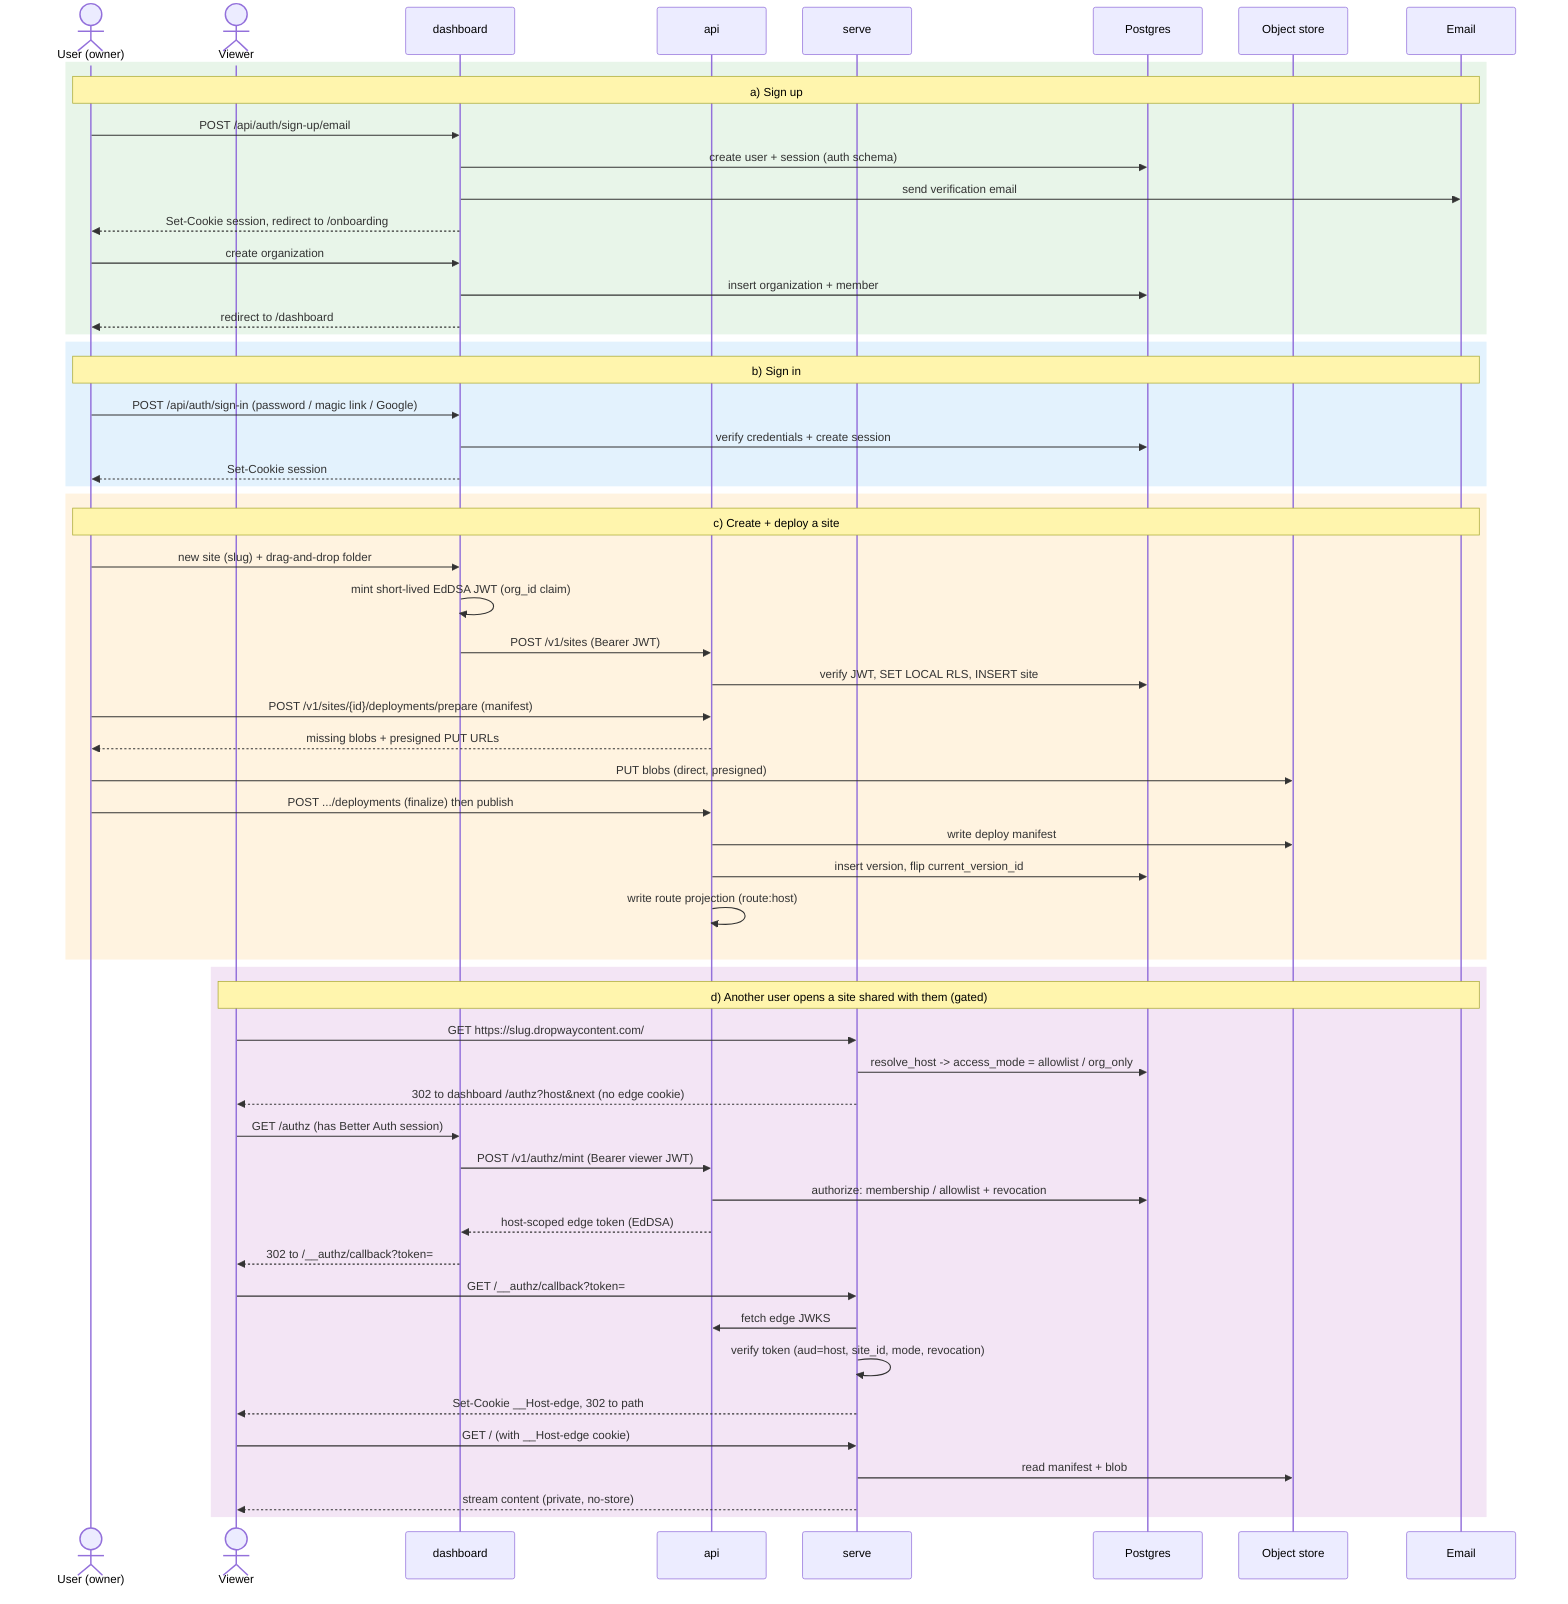
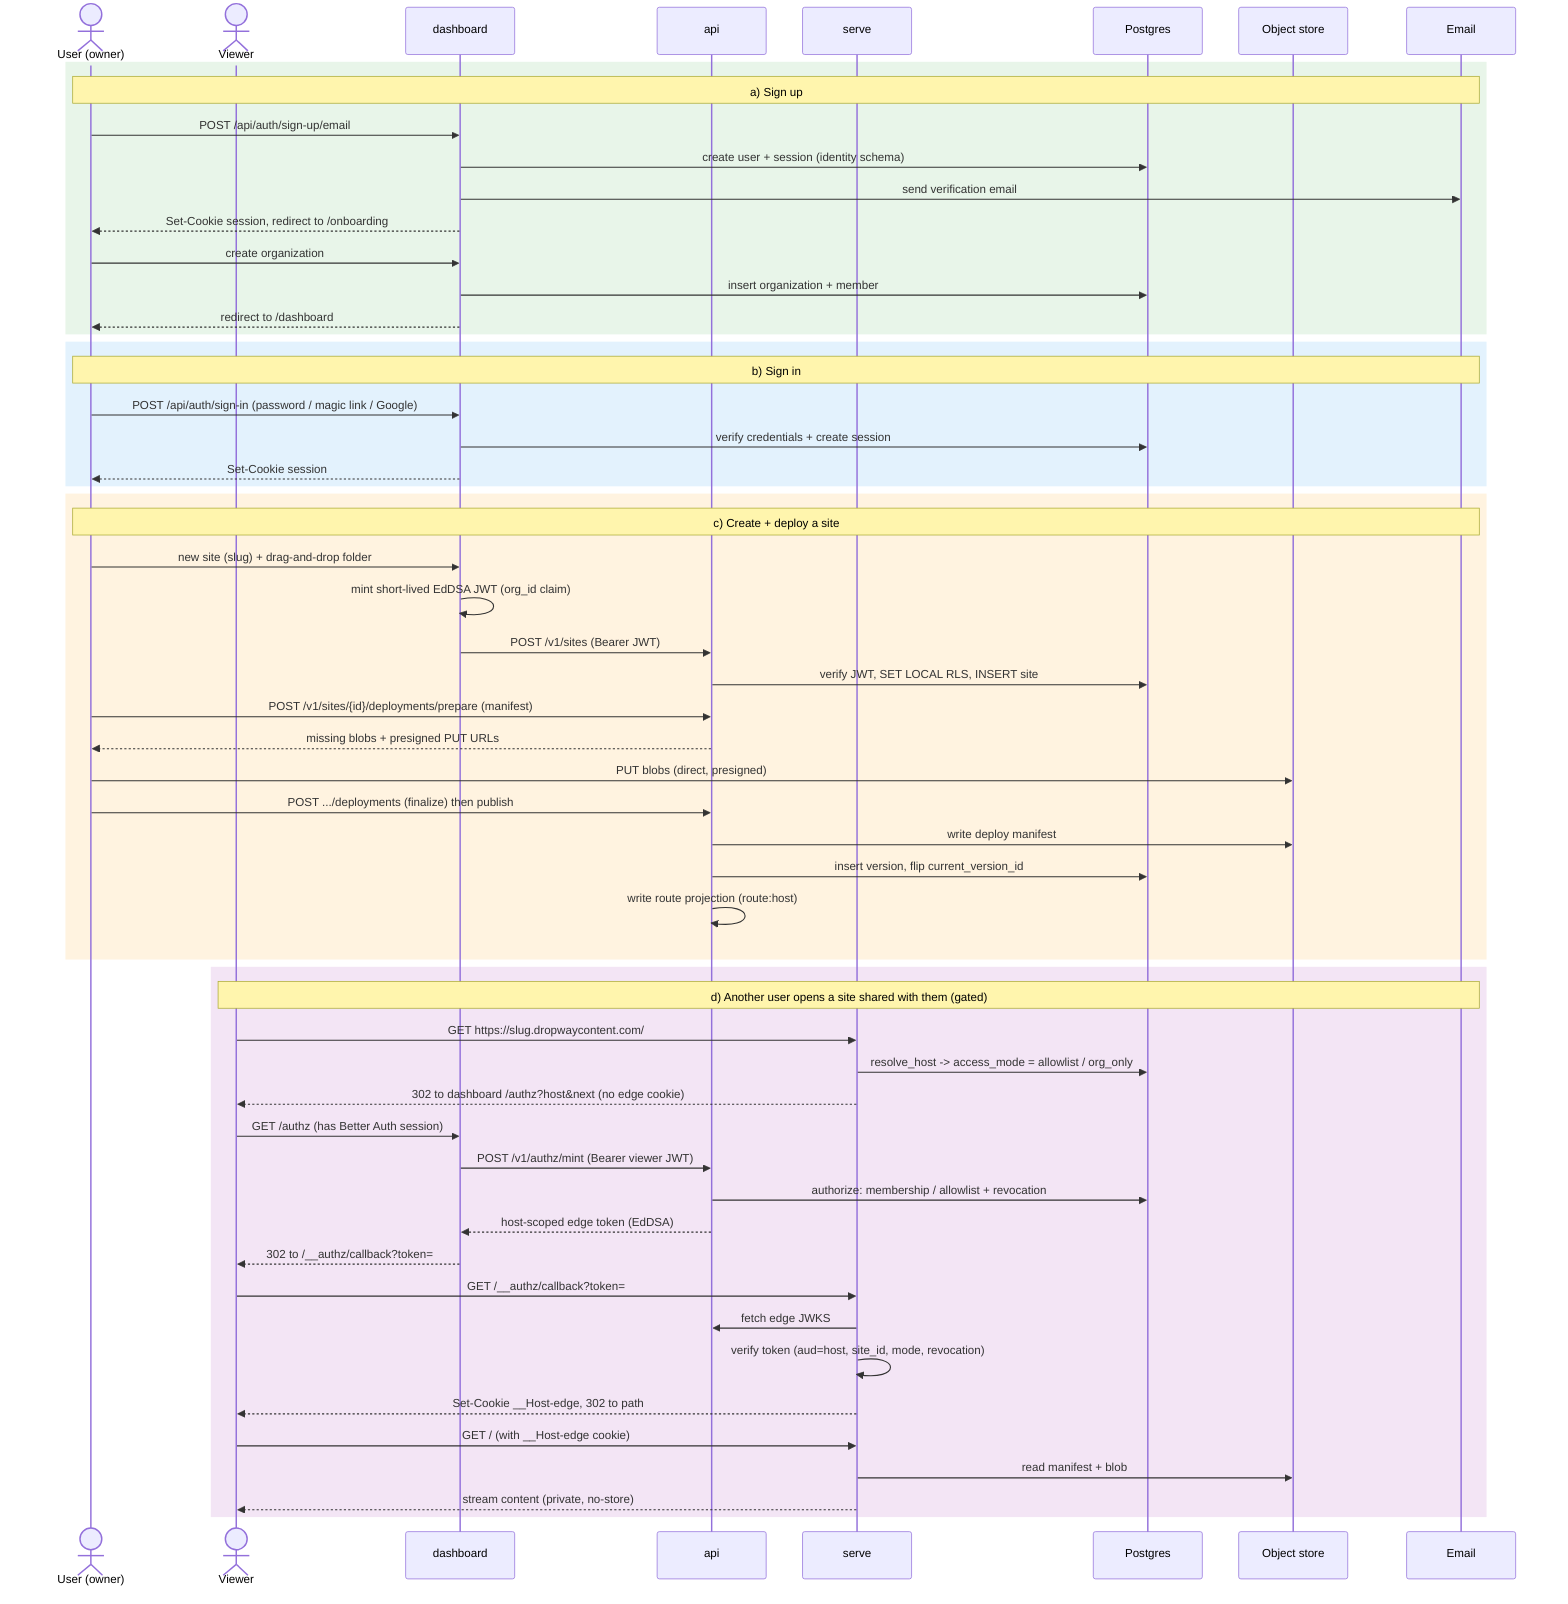
sequenceDiagram
  actor U as User (owner)
  actor V as Viewer
  participant D as dashboard
  participant A as api
  participant S as serve
  participant PG as Postgres
  participant OS as Object store
  participant M as Email

  rect rgb(232,245,233)
    note over U,M: a) Sign up
    U->>D: POST /api/auth/sign-up/email
-     D->>PG: create user + session (auth schema)
+     D->>PG: create user + session (identity schema)
    D->>M: send verification email
    D-->>U: Set-Cookie session, redirect to /onboarding
    U->>D: create organization
    D->>PG: insert organization + member
    D-->>U: redirect to /dashboard
  end

  rect rgb(227,242,253)
    note over U,M: b) Sign in
    U->>D: POST /api/auth/sign-in (password / magic link / Google)
    D->>PG: verify credentials + create session
    D-->>U: Set-Cookie session
  end

  rect rgb(255,243,224)
    note over U,M: c) Create + deploy a site
    U->>D: new site (slug) + drag-and-drop folder
    D->>D: mint short-lived EdDSA JWT (org_id claim)
    D->>A: POST /v1/sites (Bearer JWT)
    A->>PG: verify JWT, SET LOCAL RLS, INSERT site
    U->>A: POST /v1/sites/{id}/deployments/prepare (manifest)
    A-->>U: missing blobs + presigned PUT URLs
    U->>OS: PUT blobs (direct, presigned)
    U->>A: POST .../deployments (finalize) then publish
    A->>OS: write deploy manifest
    A->>PG: insert version, flip current_version_id
    A->>A: write route projection (route:host)
  end

  rect rgb(243,229,245)
    note over V,M: d) Another user opens a site shared with them (gated)
    V->>S: GET https://slug.dropwaycontent.com/
    S->>PG: resolve_host -> access_mode = allowlist / org_only
    S-->>V: 302 to dashboard /authz?host&next (no edge cookie)
    V->>D: GET /authz (has Better Auth session)
    D->>A: POST /v1/authz/mint (Bearer viewer JWT)
    A->>PG: authorize: membership / allowlist + revocation
    A-->>D: host-scoped edge token (EdDSA)
    D-->>V: 302 to /__authz/callback?token=
    V->>S: GET /__authz/callback?token=
    S->>A: fetch edge JWKS
    S->>S: verify token (aud=host, site_id, mode, revocation)
    S-->>V: Set-Cookie __Host-edge, 302 to path
    V->>S: GET / (with __Host-edge cookie)
    S->>OS: read manifest + blob
    S-->>V: stream content (private, no-store)
  end
